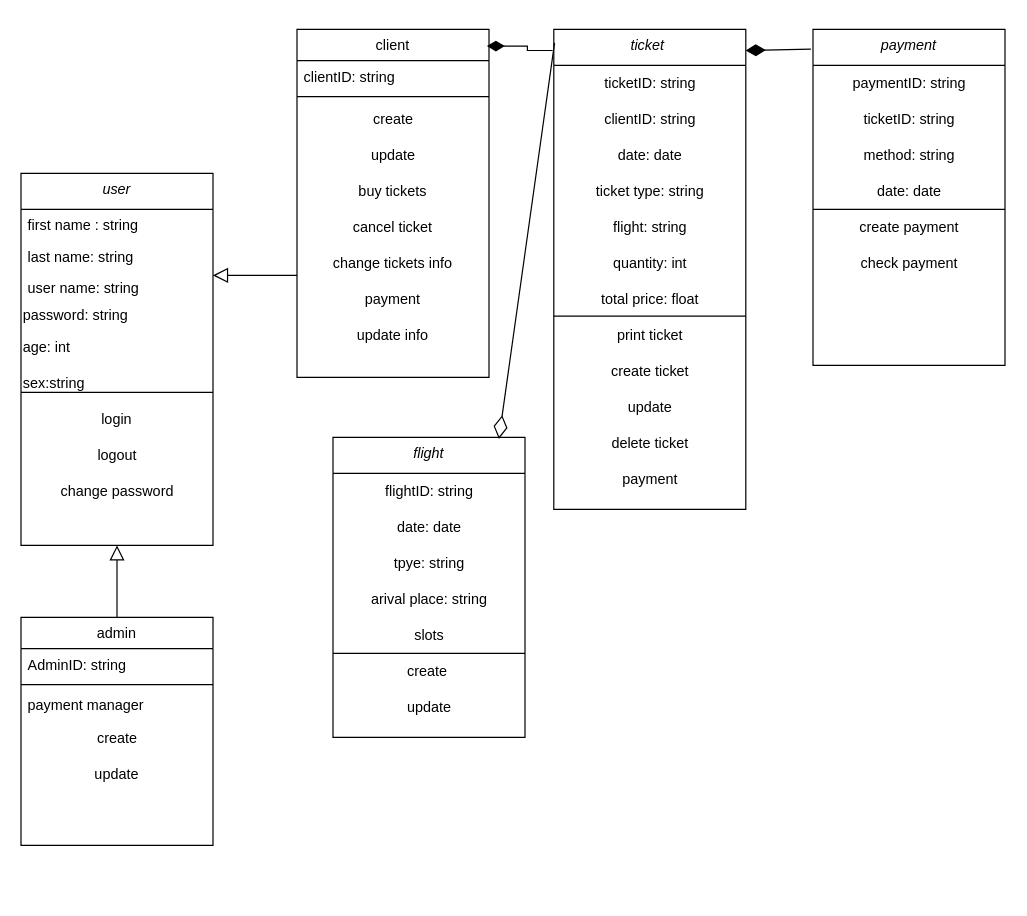
Earlier version of the draw.io diagram Untitled Diagram.drawio (nakki268/dino). Source tidied: cells renumbered, new cells numbered last; positions are measured from the earlier drawing's top-left corner, leaving out a move shared by most shapes. Both pictures are drawn from the tidied source at 120%, with x=0, y=0 at pixel (20, 29).
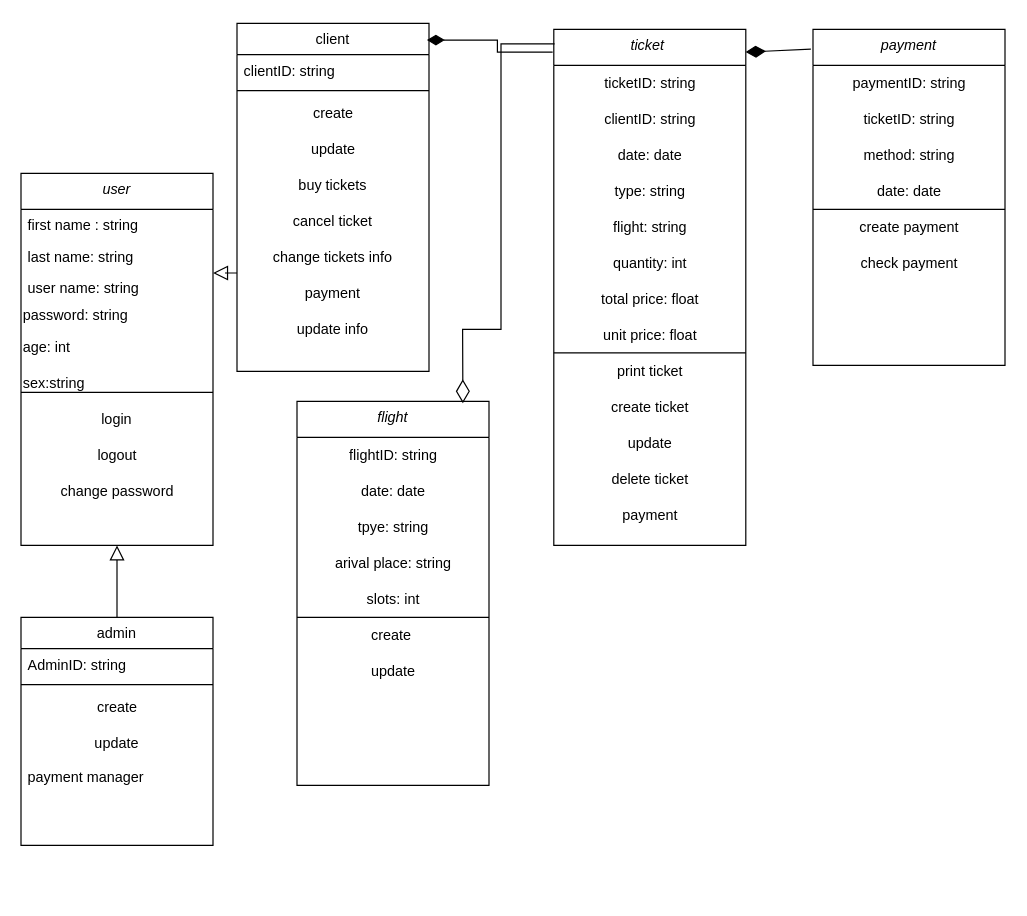
Above is the later version.

The change refers to these unchanged cells:
```xml
<mxCell id="13" value="admin" style="swimlane;fontStyle=0;align=center;verticalAlign=top;horizontal=1;startSize=26;rounded=0;shadow=0;strokeWidth=1;" parent="1" vertex="1">
  <mxGeometry y="490" width="160" height="190" as="geometry" />
</mxCell>
```

The edit, as a diff of the source:
```diff
@@
-    <mxCell id="16" value="payment manager" style="text;align=left;verticalAlign=top;spacingLeft=4;spacingRight=4;overflow=hidden;fontStyle=0;" parent="13" vertex="1">
-      <mxGeometry y="60" width="160" height="26" as="geometry" />
-    </mxCell>
     <mxCell id="17" value="create" style="text;html=1;align=center;verticalAlign=middle;strokeColor=none;fillColor=none;" parent="13" vertex="1">
-      <mxGeometry y="86" width="160" height="30" as="geometry" />
+      <mxGeometry y="60" width="160" height="30" as="geometry" />
     </mxCell>
     <mxCell id="18" value="update" style="text;strokeColor=none;align=center;fillColor=none;html=1;verticalAlign=middle;whiteSpace=wrap;rounded=0;" parent="13" vertex="1">
-      <mxGeometry y="116" width="160" height="30" as="geometry" />
+      <mxGeometry y="90" width="160" height="30" as="geometry" />
     </mxCell>
+    <mxCell id="16" value="payment manager" style="text;align=left;verticalAlign=top;spacingLeft=4;spacingRight=4;overflow=hidden;fontStyle=0;" parent="13" vertex="1">
+      <mxGeometry y="120" width="160" height="26" as="geometry" />
+    </mxCell>
@@
     <mxCell id="20" value="client" style="swimlane;fontStyle=0;align=center;verticalAlign=top;horizontal=1;startSize=26;rounded=0;shadow=0;strokeWidth=1;" parent="1" vertex="1">
-      <mxGeometry x="230" width="160" height="290" as="geometry" />
+      <mxGeometry x="180" y="-5" width="160" height="290" as="geometry" />
     </mxCell>
@@
     <mxCell id="41" value="ticket " style="swimlane;fontStyle=2;align=center;verticalAlign=top;horizontal=1;startSize=30;rounded=0;shadow=0;strokeWidth=1;" parent="1" vertex="1">
-      <mxGeometry x="444" width="160" height="400" as="geometry" />
+      <mxGeometry x="444" width="160" height="430" as="geometry" />
     </mxCell>
@@
-    <mxCell id="45" value="ticket type: string" style="text;html=1;align=center;verticalAlign=middle;strokeColor=none;fillColor=none;" parent="41" vertex="1">
+    <mxCell id="45" value="type: string" style="text;html=1;align=center;verticalAlign=middle;strokeColor=none;fillColor=none;" parent="41" vertex="1">
       <mxGeometry y="120" width="160" height="30" as="geometry" />
     </mxCell>
@@
+    <mxCell id="67" value="unit price: float" style="text;html=1;align=center;verticalAlign=middle;strokeColor=none;fillColor=none;" parent="41" vertex="1">
+      <mxGeometry y="240" width="160" height="30" as="geometry" />
+    </mxCell>
     <mxCell id="49" style="endArrow=none;html=1;rounded=0;exitX=0;exitY=0.75;exitDx=0;exitDy=0;entryX=1;entryY=0.75;entryDx=0;entryDy=0;" parent="41" edge="1">
       <mxGeometry relative="1" as="geometry">
-        <mxPoint y="239" as="sourcePoint" />
-        <mxPoint x="160" y="239" as="targetPoint" />
+        <mxPoint y="269.6" as="sourcePoint" />
+        <mxPoint x="160" y="269.6" as="targetPoint" />
       </mxGeometry>
     </mxCell>
     <mxCell id="50" value="print ticket" style="text;html=1;align=center;verticalAlign=middle;strokeColor=none;fillColor=none;" parent="41" vertex="1">
-      <mxGeometry y="240" width="160" height="30" as="geometry" />
+      <mxGeometry y="270" width="160" height="30" as="geometry" />
     </mxCell>
     <mxCell id="51" value="create ticket" style="text;html=1;align=center;verticalAlign=middle;strokeColor=none;fillColor=none;" parent="41" vertex="1">
-      <mxGeometry y="270" width="160" height="30" as="geometry" />
+      <mxGeometry y="300" width="160" height="30" as="geometry" />
     </mxCell>
     <mxCell id="52" value="update" style="text;html=1;align=center;verticalAlign=middle;strokeColor=none;fillColor=none;" parent="41" vertex="1">
-      <mxGeometry y="300" width="160" height="30" as="geometry" />
+      <mxGeometry y="330" width="160" height="30" as="geometry" />
     </mxCell>
     <mxCell id="53" value="delete ticket" style="text;html=1;align=center;verticalAlign=middle;strokeColor=none;fillColor=none;" parent="41" vertex="1">
-      <mxGeometry y="330" width="160" height="30" as="geometry" />
+      <mxGeometry y="360" width="160" height="30" as="geometry" />
     </mxCell>
     <mxCell id="54" value="payment" style="text;html=1;align=center;verticalAlign=middle;strokeColor=none;fillColor=none;" parent="41" vertex="1">
-      <mxGeometry y="360" width="160" height="30" as="geometry" />
+      <mxGeometry y="390" width="160" height="30" as="geometry" />
     </mxCell>
@@
     <mxCell id="57" value="flight" style="swimlane;fontStyle=2;align=center;verticalAlign=top;horizontal=1;startSize=30;rounded=0;shadow=0;strokeWidth=1;" parent="1" vertex="1">
-      <mxGeometry x="260" y="340" width="160" height="250" as="geometry" />
+      <mxGeometry x="230" y="310" width="160" height="320" as="geometry" />
     </mxCell>
@@
-    <mxCell id="62" value="slots" style="text;html=1;align=center;verticalAlign=middle;strokeColor=none;fillColor=none;" parent="57" vertex="1">
+    <mxCell id="62" value="slots: int" style="text;html=1;align=center;verticalAlign=middle;strokeColor=none;fillColor=none;" parent="57" vertex="1">
       <mxGeometry y="150" width="160" height="30" as="geometry" />
     </mxCell>
@@
     <mxCell id="66" style="endArrow=none;html=1;rounded=0;entryX=0.004;entryY=0.028;entryDx=0;entryDy=0;entryPerimeter=0;exitX=0.864;exitY=0.005;exitDx=0;exitDy=0;exitPerimeter=0;startArrow=diamondThin;startFill=0;startSize=17;" parent="1" edge="1" source="57" target="41">
-      <mxGeometry relative="1" as="geometry" />
+      <mxGeometry relative="1" as="geometry">
+        <Array as="points">
+          <mxPoint x="368" y="250" />
+          <mxPoint x="400" y="250" />
+          <mxPoint x="400" y="12" />
+        </Array>
+      </mxGeometry>
     </mxCell>
```
